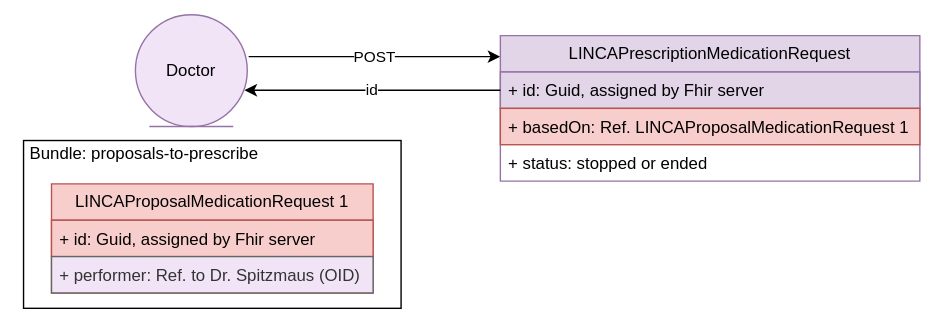
HL7Austria/hl7austria.github.io keeps this draw.io diagram as r5-LinkedCare-dev/UserStory_009_diagram.svg. Above is the earlier version. Source tidied: cells renumbered, new cells last; positions are measured from the earlier drawing's top-left corner, leaving out a move shared by most shapes.
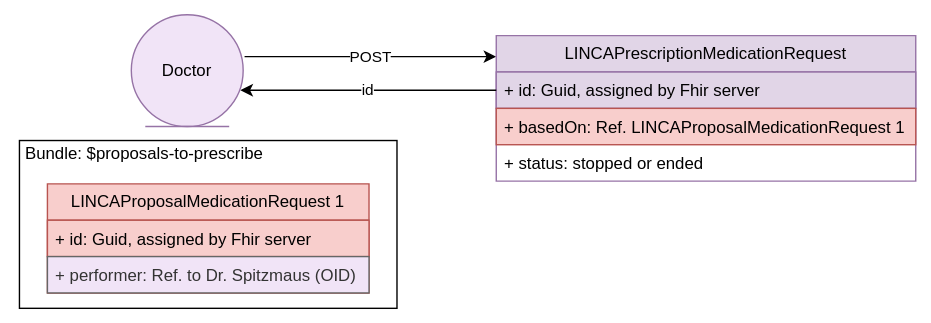
Above is the later version.

The edit, as a diff of the source:
```diff
@@ -37,8 +37,8 @@
     <mxCell id="11" value="+ performer: Ref. to Dr. Spitzmaus (OID)" style="text;strokeColor=#666666;fillColor=#F1E4F7;align=left;verticalAlign=top;spacingLeft=4;spacingRight=4;overflow=hidden;whiteSpace=wrap;html=1;fontColor=#333333;" parent="9" vertex="1">
       <mxGeometry y="52" width="230" height="26" as="geometry" />
     </mxCell>
-    <mxCell id="12" value="Bundle: proposals-to-prescribe" style="text;html=1;strokeColor=none;fillColor=none;align=center;verticalAlign=middle;whiteSpace=wrap;rounded=0;" parent="1" vertex="1">
-      <mxGeometry y="85" width="185" height="30" as="geometry" />
+    <mxCell id="12" value="Bundle: $proposals-to-prescribe" style="text;html=1;strokeColor=none;fillColor=none;align=center;verticalAlign=middle;whiteSpace=wrap;rounded=0;" parent="1" vertex="1">
+      <mxGeometry x="3" y="85" width="185" height="30" as="geometry" />
     </mxCell>
     <mxCell id="13" value="Doctor" style="ellipse;shape=umlEntity;whiteSpace=wrap;html=1;fillColor=#F1E4F7;strokeColor=#9673a6;" parent="1" vertex="1">
       <mxGeometry x="86" width="80" height="80" as="geometry" />
```
